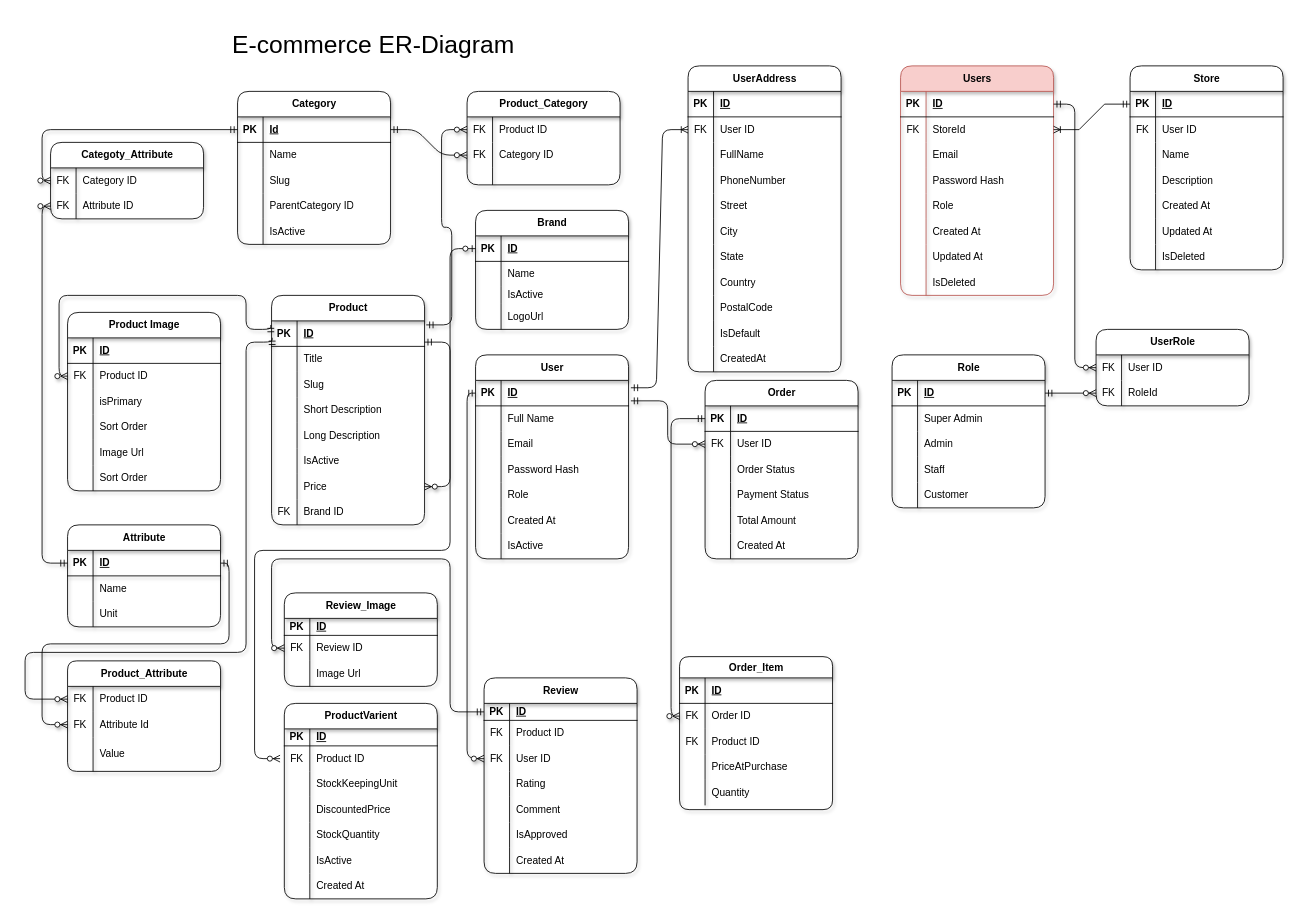
Earlier version of the draw.io diagram Docs/MachinaryErDiagram.drawio (kaushal-cmyk/E-Commerce-Application). Source tidied: cells renumbered, new cells numbered last; positions are measured from the earlier drawing's top-left corner, leaving out a move shared by most shapes. Both pictures are drawn from the tidied source at 85%, with x=0, y=0 at pixel (25, 14).
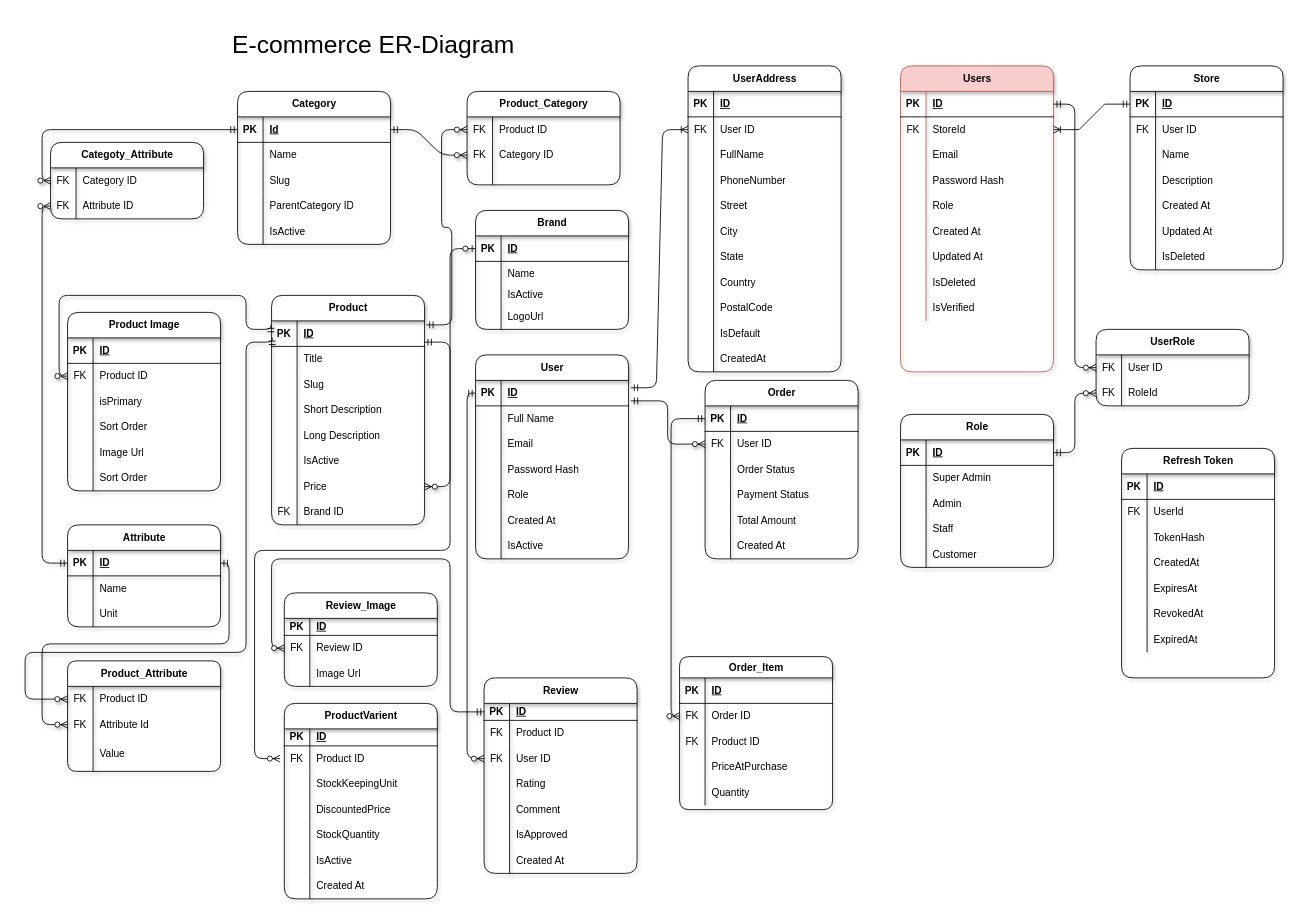
Above is the later version.

The edit, as a diff of the source:
```diff
@@
     <mxCell id="272" value="Users" style="shape=table;startSize=30;childLayout=tableLayout;rowLines=0;fontStyle=1;align=center;html=1;rounded=1;shadow=1;labelBackgroundColor=none;fillColor=#f8cecc;strokeColor=#b85450;" parent="1" vertex="1">
-      <mxGeometry x="1030" y="60" width="180" height="270" as="geometry" />
+      <mxGeometry x="1030" y="60" width="180" height="360" as="geometry" />
     </mxCell>
@@
+    <mxCell id="345" style="shape=tableRow;horizontal=0;startSize=0;swimlaneHead=0;swimlaneBody=0;fillColor=none;top=0;left=0;right=0;bottom=0;labelBackgroundColor=none;rounded=1;" parent="272" vertex="1">
+      <mxGeometry y="270" width="180" height="30" as="geometry" />
+    </mxCell>
+    <mxCell id="346" style="shape=partialRectangle;fillColor=none;top=0;left=0;bottom=0;right=0;overflow=hidden;whiteSpace=wrap;html=1;labelBackgroundColor=none;rounded=1;" parent="345" vertex="1">
+      <mxGeometry width="30" height="30" as="geometry" />
+    </mxCell>
+    <mxCell id="347" value="IsVerified" style="shape=partialRectangle;fillColor=none;top=0;left=0;bottom=0;right=0;align=left;spacingLeft=6;overflow=hidden;whiteSpace=wrap;html=1;labelBackgroundColor=none;rounded=1;" parent="345" vertex="1">
+      <mxGeometry x="30" width="150" height="30" as="geometry" />
+    </mxCell>
@@
     <mxCell id="320" value="Role" style="shape=table;startSize=30;childLayout=tableLayout;rowLines=0;fontStyle=1;align=center;html=1;rounded=1;shadow=1;labelBackgroundColor=none;" parent="1" vertex="1">
-      <mxGeometry x="1020" y="400" width="180" height="180" as="geometry" />
+      <mxGeometry x="1030" y="470" width="180" height="180" as="geometry" />
     </mxCell>
@@
+    <mxCell id="348" value="Refresh Token" style="shape=table;startSize=30;childLayout=tableLayout;rowLines=0;fontStyle=1;align=center;html=1;rounded=1;shadow=1;labelBackgroundColor=none;" parent="1" vertex="1">
+      <mxGeometry x="1290" y="510" width="180" height="270" as="geometry" />
+    </mxCell>
+    <mxCell id="349" style="shape=tableRow;horizontal=0;startSize=0;swimlaneHead=0;swimlaneBody=0;fillColor=none;top=0;left=0;right=0;bottom=1;labelBackgroundColor=none;rounded=1;" parent="348" vertex="1">
+      <mxGeometry y="30" width="180" height="30" as="geometry" />
+    </mxCell>
+    <mxCell id="350" value="PK" style="shape=partialRectangle;fillColor=none;top=0;left=0;bottom=0;right=0;fontStyle=1;overflow=hidden;whiteSpace=wrap;html=1;labelBackgroundColor=none;rounded=1;" parent="349" vertex="1">
+      <mxGeometry width="30" height="30" as="geometry" />
+    </mxCell>
+    <mxCell id="351" value="ID&lt;span style=&quot;white-space: pre;&quot;&gt;&#9;&lt;/span&gt;" style="shape=partialRectangle;fillColor=none;top=0;left=0;bottom=0;right=0;align=left;spacingLeft=6;fontStyle=5;overflow=hidden;whiteSpace=wrap;html=1;labelBackgroundColor=none;rounded=1;" parent="349" vertex="1">
+      <mxGeometry x="30" width="150" height="30" as="geometry" />
+    </mxCell>
+    <mxCell id="352" style="shape=tableRow;horizontal=0;startSize=0;swimlaneHead=0;swimlaneBody=0;fillColor=none;top=0;left=0;right=0;bottom=0;labelBackgroundColor=none;rounded=1;" parent="348" vertex="1">
+      <mxGeometry y="60" width="180" height="30" as="geometry" />
+    </mxCell>
+    <mxCell id="353" value="FK" style="shape=partialRectangle;fillColor=none;top=0;left=0;bottom=0;right=0;overflow=hidden;whiteSpace=wrap;html=1;labelBackgroundColor=none;rounded=1;" parent="352" vertex="1">
+      <mxGeometry width="30" height="30" as="geometry" />
+    </mxCell>
+    <mxCell id="354" value="UserId" style="shape=partialRectangle;fillColor=none;top=0;left=0;bottom=0;right=0;align=left;spacingLeft=6;overflow=hidden;whiteSpace=wrap;html=1;labelBackgroundColor=none;rounded=1;" parent="352" vertex="1">
+      <mxGeometry x="30" width="150" height="30" as="geometry" />
+    </mxCell>
+    <mxCell id="355" style="shape=tableRow;horizontal=0;startSize=0;swimlaneHead=0;swimlaneBody=0;fillColor=none;top=0;left=0;right=0;bottom=0;labelBackgroundColor=none;rounded=1;" parent="348" vertex="1">
+      <mxGeometry y="90" width="180" height="30" as="geometry" />
+    </mxCell>
+    <mxCell id="356" style="shape=partialRectangle;fillColor=none;top=0;left=0;bottom=0;right=0;overflow=hidden;whiteSpace=wrap;html=1;labelBackgroundColor=none;rounded=1;" parent="355" vertex="1">
+      <mxGeometry width="30" height="30" as="geometry" />
+    </mxCell>
+    <mxCell id="357" value="TokenHash" style="shape=partialRectangle;fillColor=none;top=0;left=0;bottom=0;right=0;align=left;spacingLeft=6;overflow=hidden;whiteSpace=wrap;html=1;labelBackgroundColor=none;rounded=1;" parent="355" vertex="1">
+      <mxGeometry x="30" width="150" height="30" as="geometry" />
+    </mxCell>
+    <mxCell id="358" style="shape=tableRow;horizontal=0;startSize=0;swimlaneHead=0;swimlaneBody=0;fillColor=none;top=0;left=0;right=0;bottom=0;labelBackgroundColor=none;rounded=1;" parent="348" vertex="1">
+      <mxGeometry y="120" width="180" height="30" as="geometry" />
+    </mxCell>
+    <mxCell id="359" style="shape=partialRectangle;fillColor=none;top=0;left=0;bottom=0;right=0;overflow=hidden;whiteSpace=wrap;html=1;labelBackgroundColor=none;rounded=1;" parent="358" vertex="1">
+      <mxGeometry width="30" height="30" as="geometry" />
+    </mxCell>
+    <mxCell id="360" value="CreatedAt" style="shape=partialRectangle;fillColor=none;top=0;left=0;bottom=0;right=0;align=left;spacingLeft=6;overflow=hidden;whiteSpace=wrap;html=1;labelBackgroundColor=none;rounded=1;" parent="358" vertex="1">
+      <mxGeometry x="30" width="150" height="30" as="geometry" />
+    </mxCell>
+    <mxCell id="361" style="shape=tableRow;horizontal=0;startSize=0;swimlaneHead=0;swimlaneBody=0;fillColor=none;top=0;left=0;right=0;bottom=0;labelBackgroundColor=none;rounded=1;" parent="348" vertex="1">
+      <mxGeometry y="150" width="180" height="30" as="geometry" />
+    </mxCell>
+    <mxCell id="362" style="shape=partialRectangle;fillColor=none;top=0;left=0;bottom=0;right=0;overflow=hidden;whiteSpace=wrap;html=1;labelBackgroundColor=none;rounded=1;" parent="361" vertex="1">
+      <mxGeometry width="30" height="30" as="geometry" />
+    </mxCell>
+    <mxCell id="363" value="ExpiresAt" style="shape=partialRectangle;fillColor=none;top=0;left=0;bottom=0;right=0;align=left;spacingLeft=6;overflow=hidden;whiteSpace=wrap;html=1;labelBackgroundColor=none;rounded=1;" parent="361" vertex="1">
+      <mxGeometry x="30" width="150" height="30" as="geometry" />
+    </mxCell>
+    <mxCell id="364" style="shape=tableRow;horizontal=0;startSize=0;swimlaneHead=0;swimlaneBody=0;fillColor=none;top=0;left=0;right=0;bottom=0;labelBackgroundColor=none;rounded=1;" parent="348" vertex="1">
+      <mxGeometry y="180" width="180" height="30" as="geometry" />
+    </mxCell>
+    <mxCell id="365" style="shape=partialRectangle;fillColor=none;top=0;left=0;bottom=0;right=0;overflow=hidden;whiteSpace=wrap;html=1;labelBackgroundColor=none;rounded=1;" parent="364" vertex="1">
+      <mxGeometry width="30" height="30" as="geometry" />
+    </mxCell>
+    <mxCell id="366" value="RevokedAt" style="shape=partialRectangle;fillColor=none;top=0;left=0;bottom=0;right=0;align=left;spacingLeft=6;overflow=hidden;whiteSpace=wrap;html=1;labelBackgroundColor=none;rounded=1;" parent="364" vertex="1">
+      <mxGeometry x="30" width="150" height="30" as="geometry" />
+    </mxCell>
+    <mxCell id="367" style="shape=tableRow;horizontal=0;startSize=0;swimlaneHead=0;swimlaneBody=0;fillColor=none;top=0;left=0;right=0;bottom=0;labelBackgroundColor=none;rounded=1;" parent="348" vertex="1">
+      <mxGeometry y="210" width="180" height="30" as="geometry" />
+    </mxCell>
+    <mxCell id="368" style="shape=partialRectangle;fillColor=none;top=0;left=0;bottom=0;right=0;overflow=hidden;whiteSpace=wrap;html=1;labelBackgroundColor=none;rounded=1;" parent="367" vertex="1">
+      <mxGeometry width="30" height="30" as="geometry" />
+    </mxCell>
+    <mxCell id="369" value="ExpiredAt" style="shape=partialRectangle;fillColor=none;top=0;left=0;bottom=0;right=0;align=left;spacingLeft=6;overflow=hidden;whiteSpace=wrap;html=1;labelBackgroundColor=none;rounded=1;" parent="367" vertex="1">
+      <mxGeometry x="30" width="150" height="30" as="geometry" />
+    </mxCell>
```
